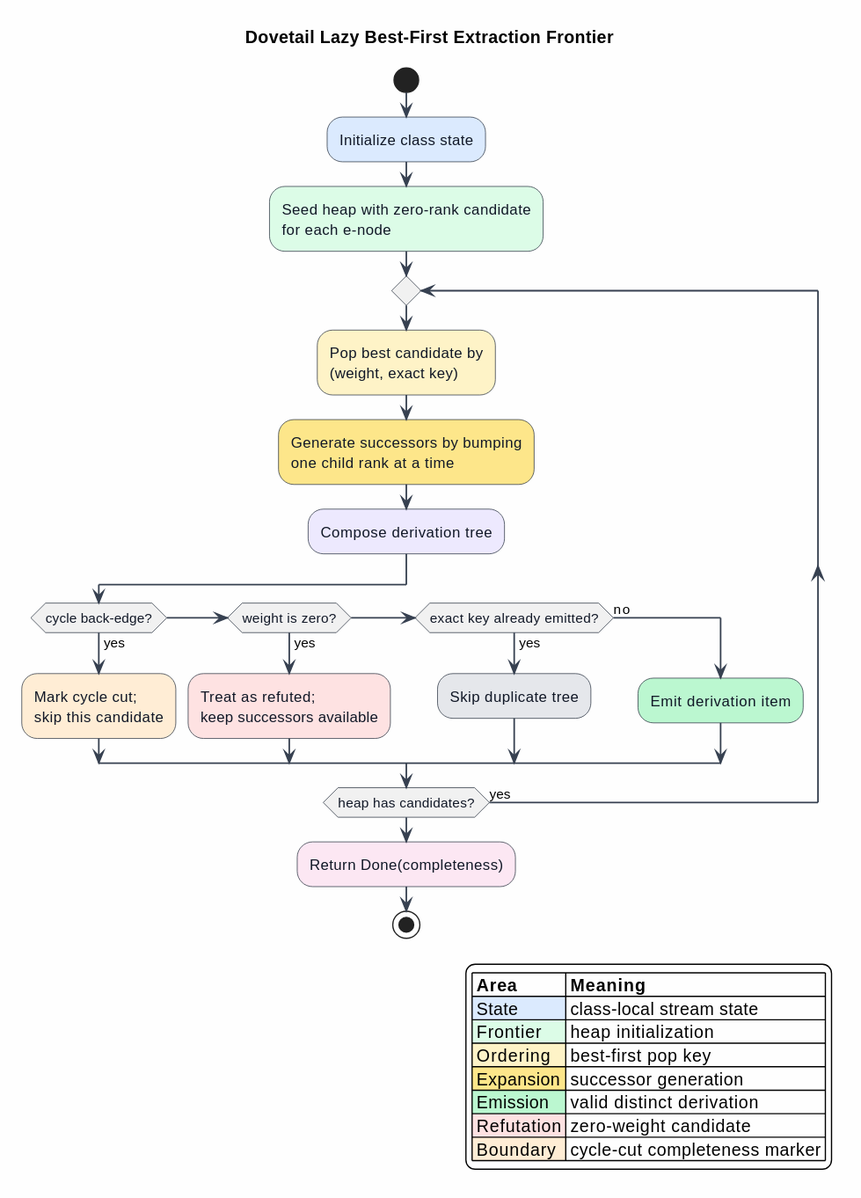
Above: docs/architecture/dovetail/figures/05-extraction-frontier.svg in F1R3FLY-io/mettail-rust (PlantUML), before the change.
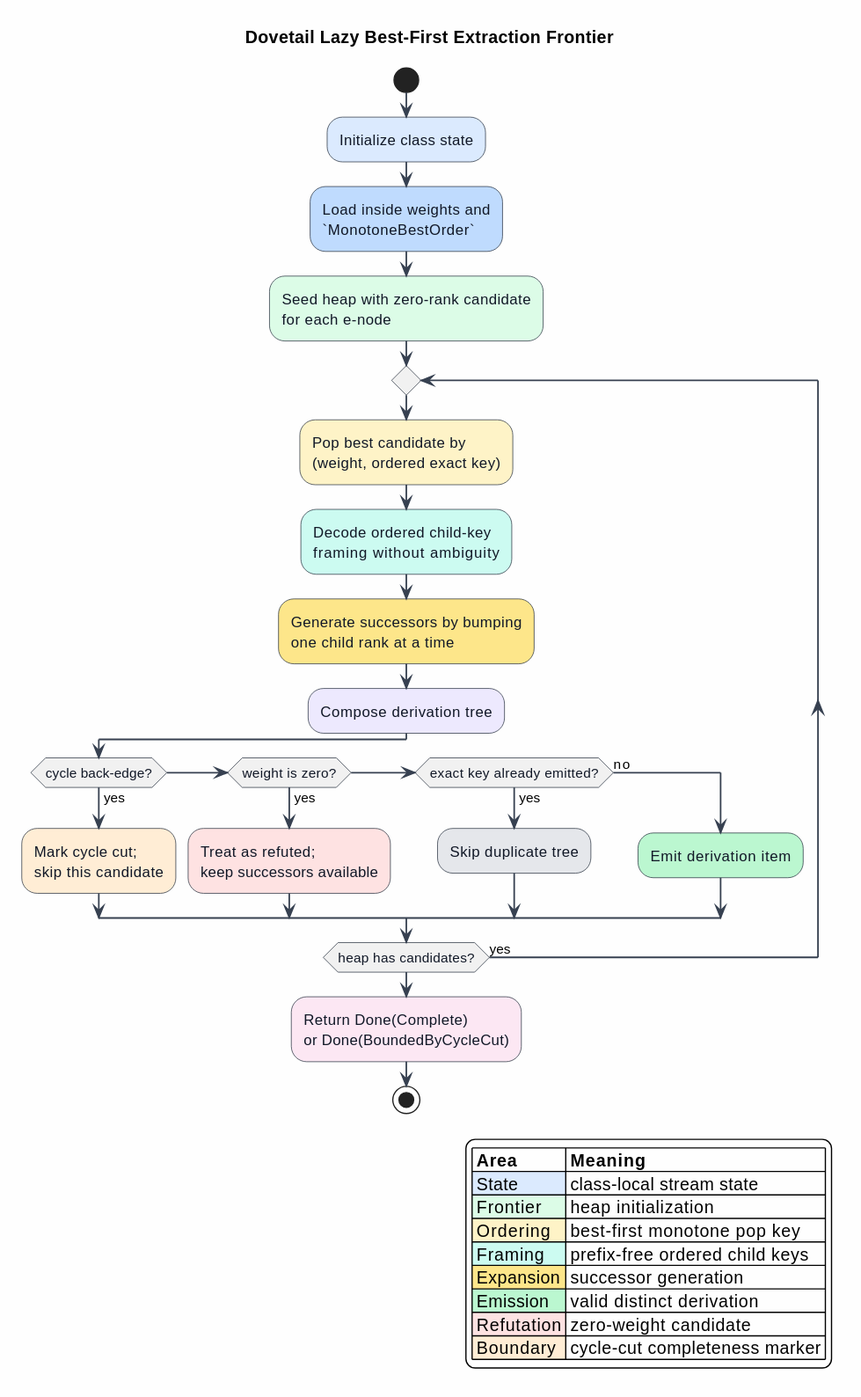
After the change.

The edit, as a diff of the source:
```diff
@@ -12,9 +12,11 @@
 
 start
 :Initialize class state; <<#DBEAFE>>
+:Load inside weights and\n`MonotoneBestOrder`; <<#BFDBFE>>
 :Seed heap with zero-rank candidate\nfor each e-node; <<#DCFCE7>>
 repeat
-  :Pop best candidate by\n(weight, exact key); <<#FEF3C7>>
+  :Pop best candidate by\n(weight, ordered exact key); <<#FEF3C7>>
+  :Decode ordered child-key\nframing without ambiguity; <<#CCFBF1>>
   :Generate successors by bumping\none child rank at a time; <<#FDE68A>>
   :Compose derivation tree; <<#EDE9FE>>
   if (cycle back-edge?) then (yes)
@@ -27,14 +29,15 @@
     :Emit derivation item; <<#BBF7D0>>
   endif
 repeat while (heap has candidates?) is (yes)
-:Return Done(completeness); <<#FCE7F3>>
+:Return Done(Complete)\nor Done(BoundedByCycleCut); <<#FCE7F3>>
 stop
 
 legend right
 |= Area |= Meaning |
 |<#DBEAFE> State | class-local stream state |
 |<#DCFCE7> Frontier | heap initialization |
-|<#FEF3C7> Ordering | best-first pop key |
+|<#FEF3C7> Ordering | best-first monotone pop key |
+|<#CCFBF1> Framing | prefix-free ordered child keys |
 |<#FDE68A> Expansion | successor generation |
 |<#BBF7D0> Emission | valid distinct derivation |
 |<#FEE2E2> Refutation | zero-weight candidate |
```
